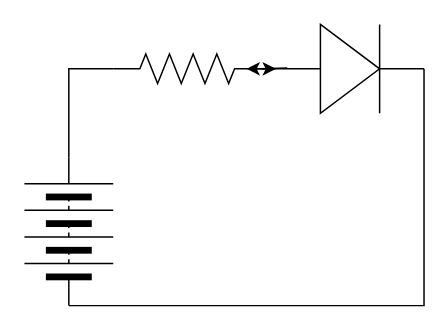
This is schenatic_diagram.drawio from Linhhuynhh/TEJ3M-Unit2-03, a draw.io file, before an edit. Source tidied: cells renumbered, new cells numbered last; positions are measured from the earlier drawing's top-left corner, leaving out a move shared by most shapes. Both pictures are drawn from the tidied source at 148%, with x=0, y=0 at pixel (-6, 24).
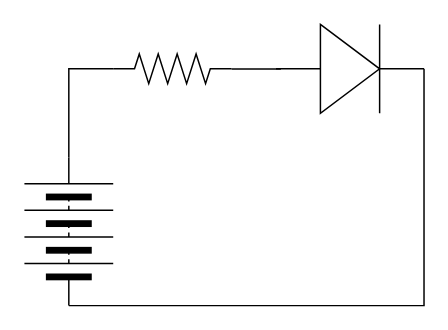
Above is the later version.

Diff of the diagram source:
```diff
@@
 <mxGraphModel>
   <root>
     <mxCell id="0" />
     <mxCell id="1" parent="0" />
     <mxCell id="2" style="verticalLabelPosition=bottom;shadow=0;dashed=0;align=center;html=1;verticalAlign=top;shape=mxgraph.electrical.miscellaneous.batteryStack;rotation=-90;" parent="1" vertex="1">
       <mxGeometry y="110" width="100" height="60" as="geometry" />
     </mxCell>
-    <mxCell id="3" style="edgeStyle=none;html=1;" parent="1" edge="1" source="6">
-      <mxGeometry relative="1" as="geometry">
-        <mxPoint x="170" y="30" as="targetPoint" />
-      </mxGeometry>
+    <mxCell id="3" style="edgeStyle=none;html=1;endArrow=none;endFill=0;entryX=0.033;entryY=0.503;entryDx=0;entryDy=0;entryPerimeter=0;" parent="1" edge="1" source="6" target="8">
+      <mxGeometry relative="1" as="geometry" />
     </mxCell>
     <mxCell id="4" style="edgeStyle=none;html=1;exitX=0;exitY=0.5;exitDx=0;exitDy=0;exitPerimeter=0;entryX=1;entryY=0.5;entryDx=0;entryDy=0;rounded=0;curved=0;endArrow=none;endFill=0;" parent="1" edge="1" source="6" target="2">
       <mxGeometry relative="1" as="geometry">
         <Array as="points">
           <mxPoint x="50" y="30" />
         </Array>
       </mxGeometry>
     </mxCell>
-    <mxCell id="5" style="edgeStyle=none;html=1;" parent="1" edge="1" source="6" target="8">
-      <mxGeometry relative="1" as="geometry" />
-    </mxCell>
     <mxCell id="6" style="verticalLabelPosition=bottom;shadow=0;dashed=0;align=center;html=1;verticalAlign=top;shape=mxgraph.electrical.resistors.resistor_2;" parent="1" vertex="1">
-      <mxGeometry x="80" y="20" width="100" height="20" as="geometry" />
+      <mxGeometry x="80" y="20" width="80" height="20" as="geometry" />
     </mxCell>
-    <mxCell id="7" style="edgeStyle=none;html=1;endArrow=none;endFill=0;" parent="1" edge="1" source="8" target="6">
-      <mxGeometry relative="1" as="geometry" />
-    </mxCell>
     <mxCell id="8" style="verticalLabelPosition=bottom;shadow=0;dashed=0;align=center;html=1;verticalAlign=top;shape=mxgraph.electrical.diodes.diode;" parent="1" vertex="1">
       <mxGeometry x="190" width="100" height="60" as="geometry" />
     </mxCell>
-    <mxCell id="9" style="edgeStyle=none;html=1;exitX=1;exitY=0.5;exitDx=0;exitDy=0;exitPerimeter=0;entryX=0.076;entryY=0.49;entryDx=0;entryDy=0;entryPerimeter=0;rounded=0;curved=0;endArrow=none;endFill=0;" parent="1" edge="1" source="6" target="8">
-      <mxGeometry relative="1" as="geometry" />
-    </mxCell>
     <mxCell id="10" style="edgeStyle=none;html=1;exitX=0;exitY=0.5;exitDx=0;exitDy=0;entryX=1;entryY=0.5;entryDx=0;entryDy=0;entryPerimeter=0;rounded=0;curved=0;endArrow=none;endFill=0;" parent="1" edge="1" source="2" target="8">
       <mxGeometry relative="1" as="geometry">
         <Array as="points">
           <mxPoint x="290" y="190" />
         </Array>
       </mxGeometry>
     </mxCell>
   </root>
 </mxGraphModel>
```
